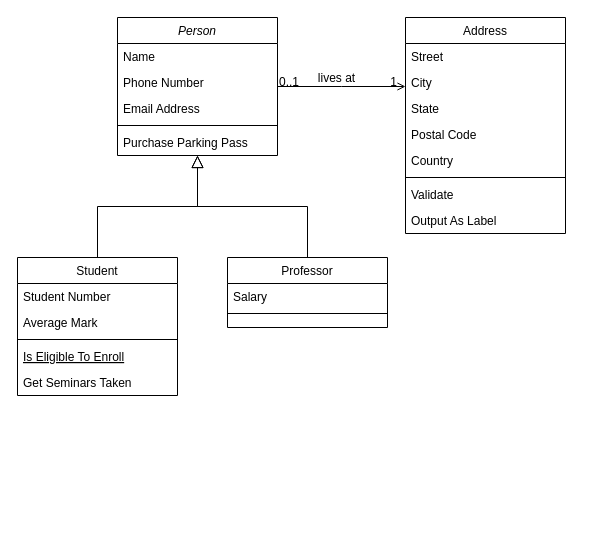
Above: Diagrama sin título.drawio in Kreysh1/Diagramas (draw.io), before the change. Source tidied: cells renumbered, new cells numbered last; positions are measured from the earlier drawing's top-left corner, leaving out a move shared by most shapes. Both pictures are drawn from the tidied source at 100%, with x=0, y=0 at pixel (17, 17).
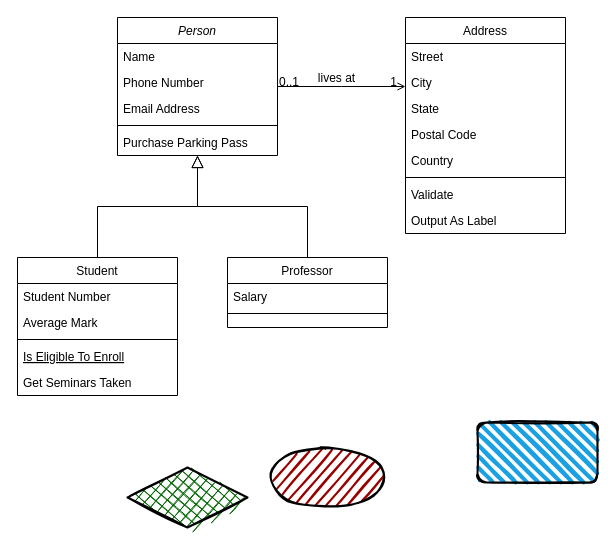
The same page after the edit.

Diff of the diagram source:
```diff
@@
+    <mxCell id="32" style="rhombus;whiteSpace=wrap;html=1;strokeWidth=2;fillWeight=-1;hachureGap=8;fillStyle=cross-hatch;fillColor=#006600;sketch=1;" parent="1" vertex="1">
+      <mxGeometry x="110" y="450" width="120" height="60" as="geometry" />
+    </mxCell>
+    <mxCell id="33" style="ellipse;whiteSpace=wrap;html=1;strokeWidth=2;fillWeight=2;hachureGap=8;fillColor=#990000;fillStyle=dots;sketch=1;" parent="1" vertex="1">
+      <mxGeometry x="250" y="430" width="120" height="60" as="geometry" />
+    </mxCell>
+    <mxCell id="34" style="rounded=1;whiteSpace=wrap;html=1;strokeWidth=2;fillWeight=4;hachureGap=8;hachureAngle=45;fillColor=#1ba1e2;sketch=1;" parent="1" vertex="1">
+      <mxGeometry x="460" y="405" width="120" height="60" as="geometry" />
+    </mxCell>
```
